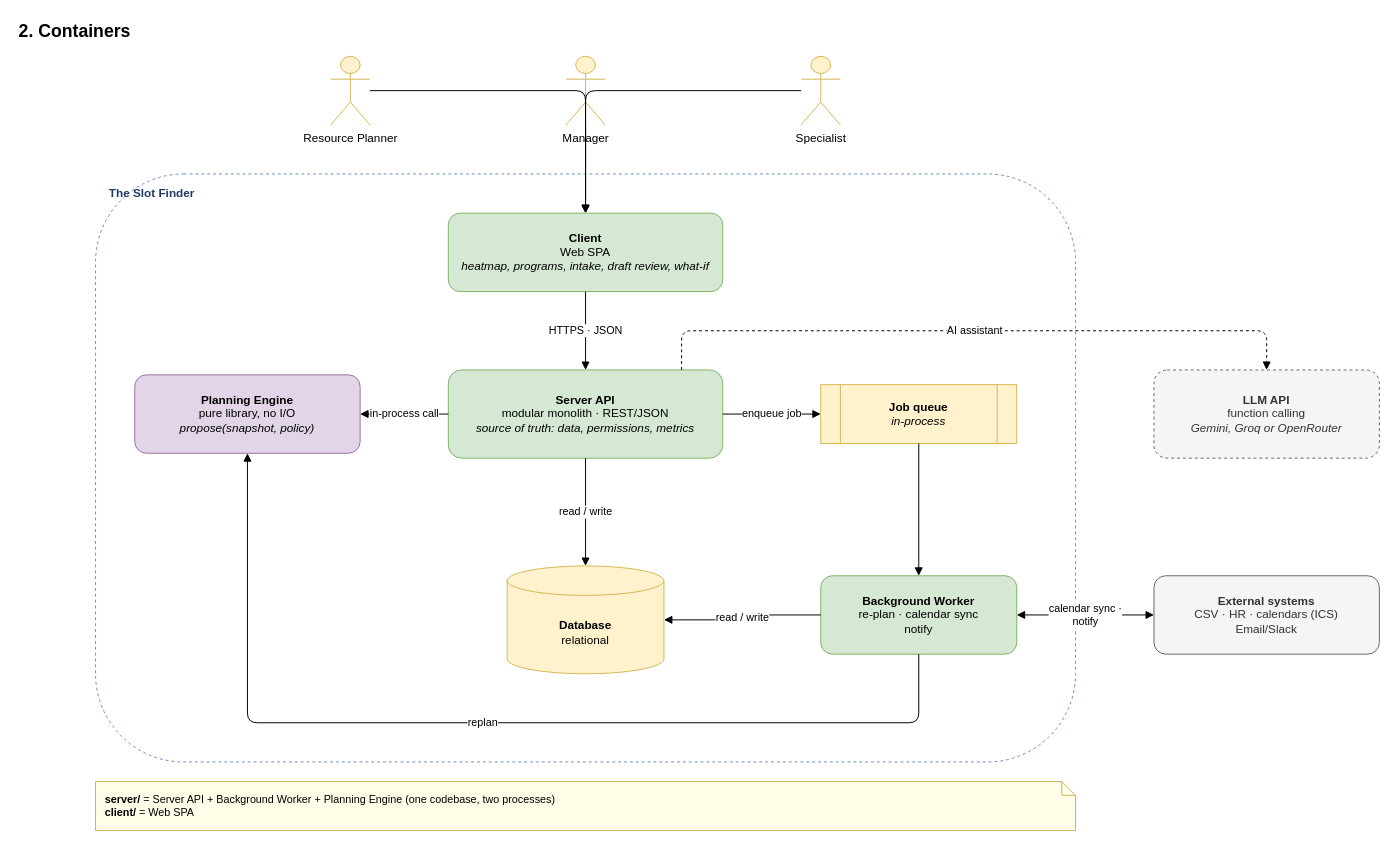
dophnamm/the-slot-finder keeps this draw.io diagram as page "2. Containers" (2 of 9) of docs/architecture.drawio. Above is the earlier version. Source tidied: cells renumbered, new cells numbered last; positions are measured from the earlier drawing's top-left corner, leaving out a move shared by most shapes. Both pictures are drawn from the tidied source at 98%, with x=0, y=0 at pixel (17, 17).
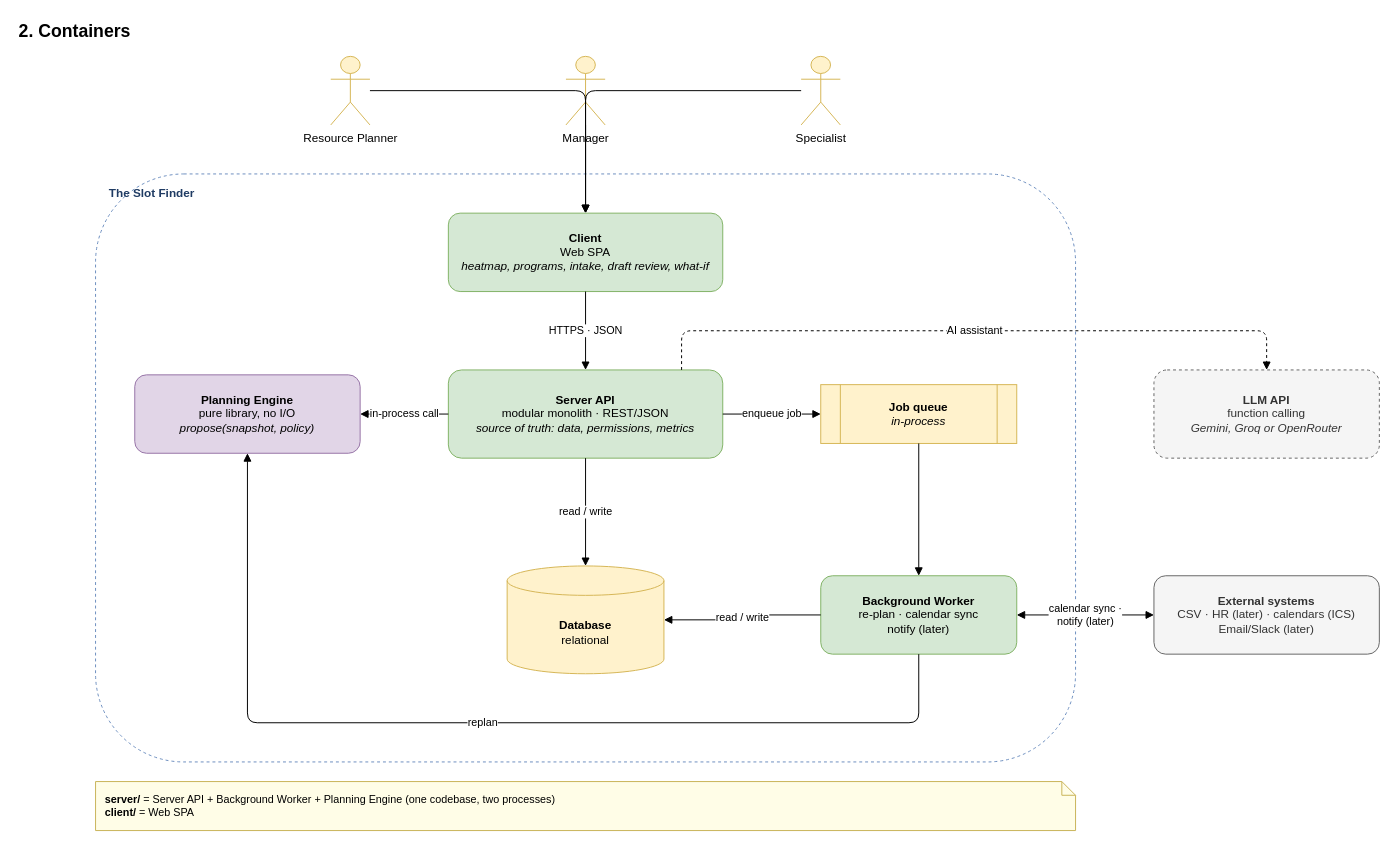
After the change.

Commit message (it also covers changes not shown here):
docs: mark the not-built notify, HR and CRM parts in the diagrams

Change to the diagram source:
```diff
@@
-    <mxCell id="11" value="&lt;b&gt;Background Worker&lt;/b&gt;&lt;br&gt;re-plan · calendar sync&lt;br&gt;notify" style="rounded=1;whiteSpace=wrap;html=1;fillColor=#d5e8d4;strokeColor=#82b366;" parent="1" vertex="1">
+    <mxCell id="11" value="&lt;b&gt;Background Worker&lt;/b&gt;&lt;br&gt;re-plan · calendar sync&lt;br&gt;notify (later)" style="rounded=1;whiteSpace=wrap;html=1;fillColor=#d5e8d4;strokeColor=#82b366;" parent="1" vertex="1">
       <mxGeometry x="820" y="570" width="200" height="80" as="geometry" />
     </mxCell>
@@
-    <mxCell id="13" value="&lt;b&gt;External systems&lt;/b&gt;&lt;br&gt;CSV · HR · calendars (ICS)&lt;br&gt;Email/Slack" style="rounded=1;whiteSpace=wrap;html=1;fillColor=#f5f5f5;strokeColor=#666666;fontColor=#333333;" parent="1" vertex="1">
+    <mxCell id="13" value="&lt;b&gt;External systems&lt;/b&gt;&lt;br&gt;CSV · HR (later) · calendars (ICS)&lt;br&gt;Email/Slack (later)" style="rounded=1;whiteSpace=wrap;html=1;fillColor=#f5f5f5;strokeColor=#666666;fontColor=#333333;" parent="1" vertex="1">
       <mxGeometry x="1160" y="570" width="230" height="80" as="geometry" />
     </mxCell>
@@
-    <mxCell id="24" value="calendar sync ·&lt;br&gt;notify" style="edgeStyle=orthogonalEdgeStyle;rounded=1;html=1;endArrow=block;endFill=1;startArrow=block;startFill=1;fontSize=11;labelBackgroundColor=#ffffff;" parent="1" edge="1" source="11" target="13">
+    <mxCell id="24" value="calendar sync ·&lt;br&gt;notify (later)" style="edgeStyle=orthogonalEdgeStyle;rounded=1;html=1;endArrow=block;endFill=1;startArrow=block;startFill=1;fontSize=11;labelBackgroundColor=#ffffff;" parent="1" edge="1" source="11" target="13">
       <mxGeometry relative="1" as="geometry" />
     </mxCell>
```
